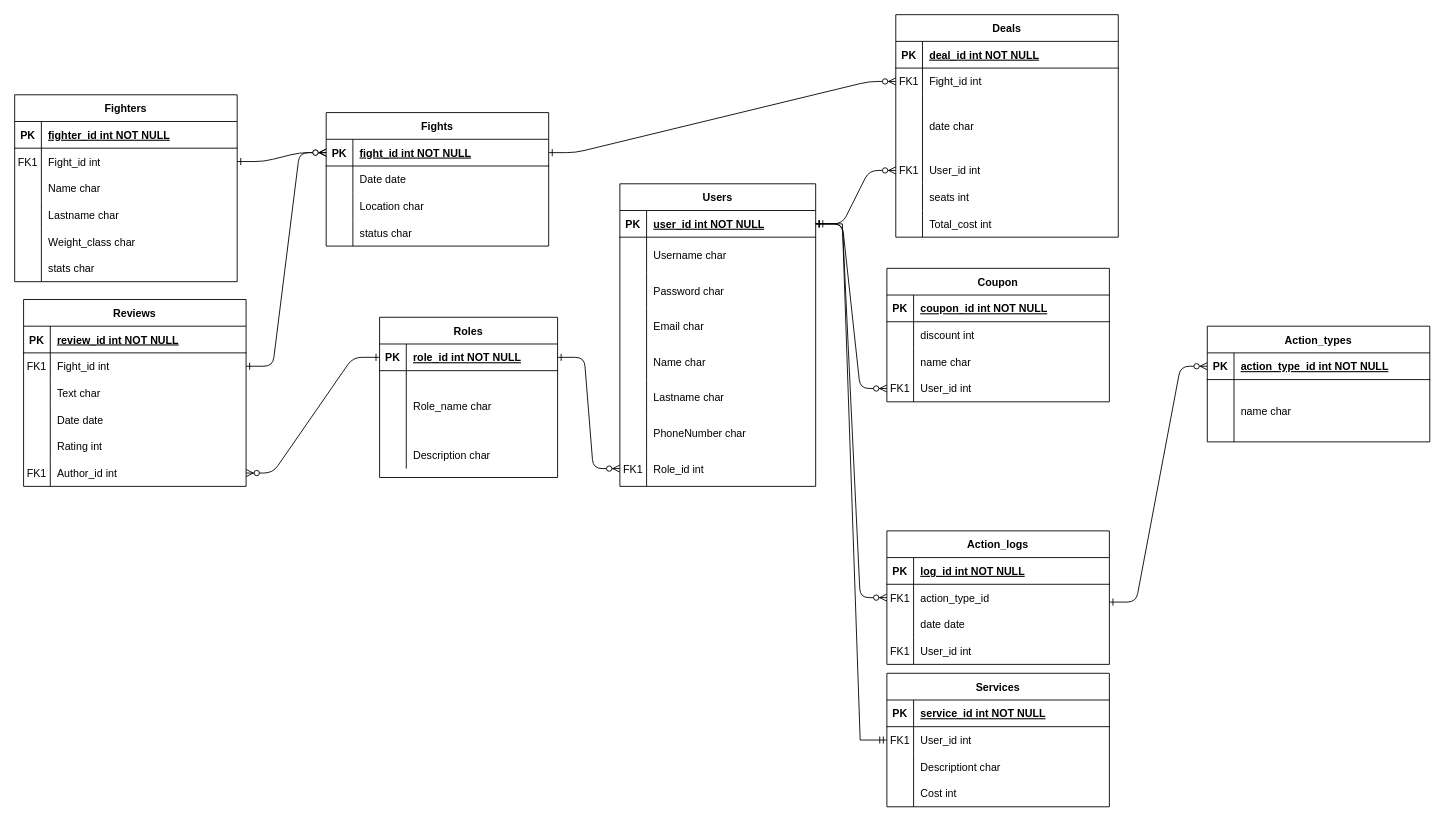
denbelyan/MDISUBD_Fight_club keeps this draw.io diagram as Lab1.drawio. Above is the earlier version. Source tidied: cells renumbered, new cells numbered last; positions are measured from the earlier drawing's top-left corner, leaving out a move shared by most shapes. Both pictures are drawn from the tidied source at 89%, with x=0, y=0 at pixel (14, 14).
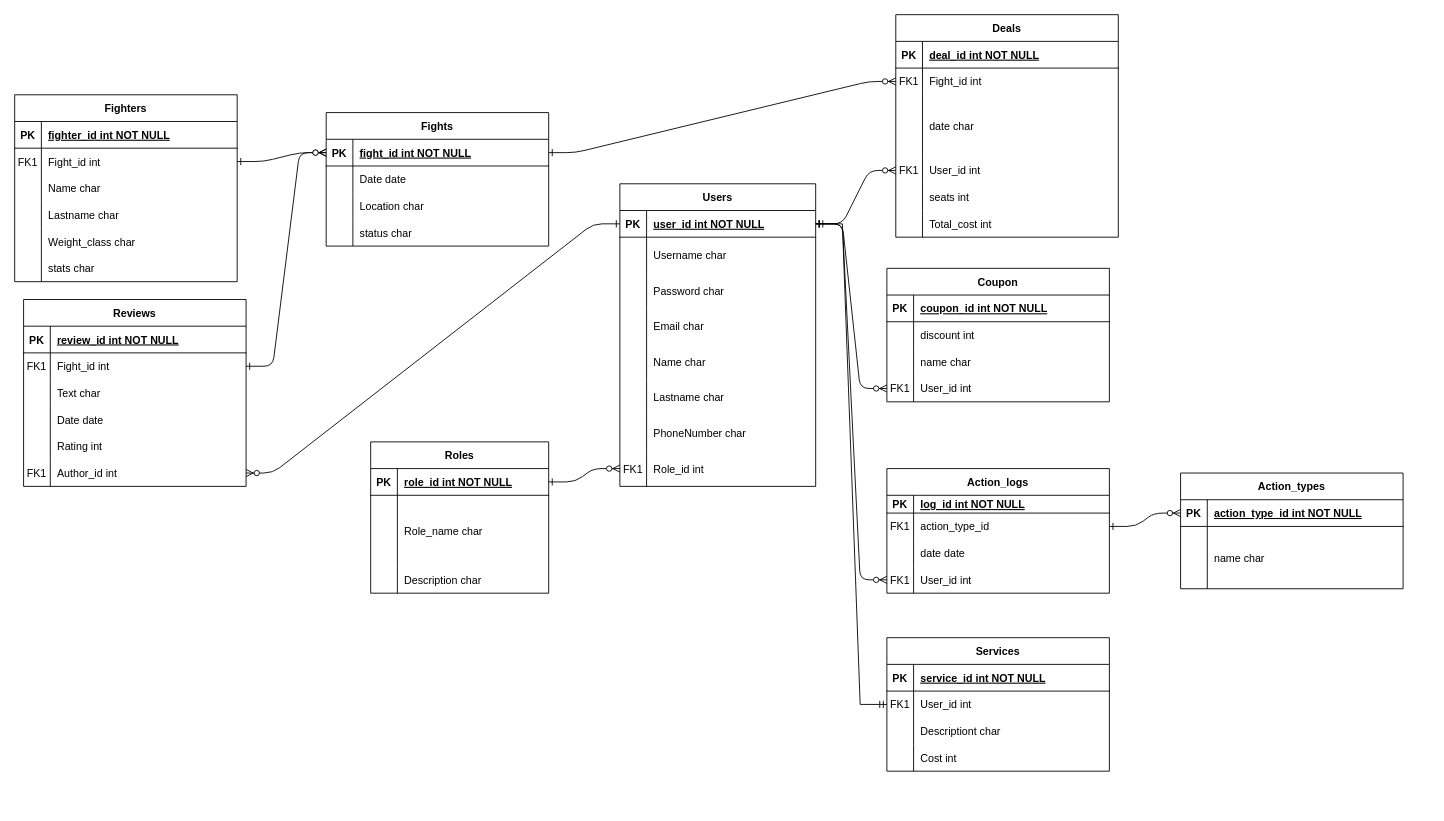
The same diagram, later.

Unchanged cells that the change refers to:
```xml
<mxCell id="24" style="shape=partialRectangle;fillColor=none;points=[[0,0.5],[1,0.5]];portConstraint=eastwest;top=0;left=0;right=0;bottom=1;" parent="23" vertex="1">
  <mxGeometry y="30" width="250" height="30" as="geometry" />
</mxCell>
<mxCell id="31" style="shape=partialRectangle;fillColor=none;points=[[0,0.5],[1,0.5]];portConstraint=eastwest;top=0;left=0;right=0;bottom=1;" parent="30" vertex="1">
  <mxGeometry y="30" width="220" height="30" as="geometry" />
</mxCell>
<mxCell id="56" style="shape=partialRectangle;fillColor=none;points=[[0,0.5],[1,0.5]];portConstraint=eastwest;top=0;left=0;right=0;bottom=1;" parent="55" vertex="1">
  <mxGeometry y="30" width="200" height="30" as="geometry" />
</mxCell>
<mxCell id="115" style="shape=partialRectangle;fillColor=none;points=[[0,0.5],[1,0.5]];portConstraint=eastwest;top=0;left=0;right=0;bottom=0;" parent="99" vertex="1">
  <mxGeometry y="180" width="250" height="30" as="geometry" />
</mxCell>
```

The edit, as a diff of the source:
```diff
@@
-    <mxCell id="3" style="edgeStyle=entityRelationEdgeStyle;endArrow=ERzeroToMany;startArrow=ERone;endFill=1;startFill=0;exitX=1;exitY=0.5;exitDx=0;exitDy=0;entryX=0;entryY=0.5;entryDx=0;entryDy=0;" parent="1" edge="1" target="24">
+    <mxCell id="3" style="edgeStyle=entityRelationEdgeStyle;endArrow=ERzeroToMany;startArrow=ERone;endFill=1;startFill=0;exitX=1;exitY=0.5;exitDx=0;exitDy=0;entryX=0;entryY=0.5;entryDx=0;entryDy=0;" parent="1" edge="1" source="138" target="24">
       <mxGeometry relative="1" as="geometry">
-        <mxPoint x="1230" y="660" as="sourcePoint" />
         <Array as="points">
           <mxPoint x="1440" y="405" />
           <mxPoint x="1440" y="505" />
         </Array>
       </mxGeometry>
     </mxCell>
@@
     <mxCell id="23" value="Action_types" style="shape=table;startSize=30;childLayout=tableLayout;rowLines=0;fontStyle=1;align=center;" parent="1" vertex="1">
-      <mxGeometry x="1340" y="350" width="250" height="130" as="geometry" />
+      <mxGeometry x="1310" y="515" width="250" height="130" as="geometry" />
     </mxCell>
@@
     <mxCell id="55" value="Roles" style="shape=table;startSize=30;childLayout=tableLayout;rowLines=0;fontStyle=1;align=center;" parent="1" vertex="1">
-      <mxGeometry x="410" y="340" width="200" height="180" as="geometry" />
+      <mxGeometry x="400" y="480" width="200" height="170" as="geometry" />
     </mxCell>
@@
-    <mxCell id="119" style="edgeStyle=entityRelationEdgeStyle;endArrow=ERzeroToMany;startArrow=ERone;endFill=1;startFill=0;exitX=0;exitY=0.5;exitDx=0;exitDy=0;entryX=1;entryY=0.5;entryDx=0;entryDy=0;" parent="1" edge="1" source="56" target="115">
+    <mxCell id="119" style="edgeStyle=entityRelationEdgeStyle;endArrow=ERzeroToMany;startArrow=ERone;endFill=1;startFill=0;exitX=0;exitY=0.5;exitDx=0;exitDy=0;entryX=1;entryY=0.5;entryDx=0;entryDy=0;" parent="1" edge="1" source="31" target="115">
       <mxGeometry relative="1" as="geometry" />
     </mxCell>
@@
     <mxCell id="134" value="Action_logs" style="shape=table;startSize=30;childLayout=tableLayout;rowLines=0;fontStyle=1;align=center;" parent="1" vertex="1">
-      <mxGeometry x="980" y="580" width="250" height="150" as="geometry" />
+      <mxGeometry x="980" y="510" width="250" height="140" as="geometry" />
     </mxCell>
     <mxCell id="135" style="shape=partialRectangle;fillColor=none;top=0;left=0;right=0;bottom=1;" parent="134" vertex="1">
-      <mxGeometry y="30" width="250" height="30" as="geometry" />
+      <mxGeometry y="30" width="250" height="20" as="geometry" />
     </mxCell>
     <mxCell id="136" value="PK" style="shape=partialRectangle;overflow=hidden;fillColor=none;top=0;left=0;bottom=0;right=0;fontStyle=1;" parent="135" vertex="1">
-      <mxGeometry width="30" height="30" as="geometry" />
+      <mxGeometry width="30" height="20" as="geometry" />
     </mxCell>
     <mxCell id="137" value="log_id int NOT NULL " style="shape=partialRectangle;overflow=hidden;fillColor=none;top=0;left=0;bottom=0;right=0;align=left;spacingLeft=6;fontStyle=5;" parent="135" vertex="1">
-      <mxGeometry x="30" width="220" height="30" as="geometry" />
+      <mxGeometry x="30" width="220" height="20" as="geometry" />
     </mxCell>
     <mxCell id="138" style="shape=partialRectangle;fillColor=none;points=[[0,0.5],[1,0.5]];portConstraint=eastwest;top=0;left=0;right=0;bottom=0;" parent="134" vertex="1">
-      <mxGeometry y="60" width="250" height="30" as="geometry" />
+      <mxGeometry y="50" width="250" height="30" as="geometry" />
     </mxCell>
@@
     <mxCell id="141" style="shape=partialRectangle;fillColor=none;top=0;left=0;right=0;bottom=0;" parent="134" vertex="1">
-      <mxGeometry y="90" width="250" height="30" as="geometry" />
+      <mxGeometry y="80" width="250" height="30" as="geometry" />
     </mxCell>
@@
     <mxCell id="144" style="shape=partialRectangle;fillColor=none;points=[[0,0.5],[1,0.5]];portConstraint=eastwest;top=0;left=0;right=0;bottom=0;" parent="134" vertex="1">
-      <mxGeometry y="120" width="250" height="30" as="geometry" />
+      <mxGeometry y="110" width="250" height="30" as="geometry" />
     </mxCell>
@@
-    <mxCell id="148" style="edgeStyle=entityRelationEdgeStyle;endArrow=ERzeroToMany;startArrow=ERone;endFill=1;startFill=0;entryX=0;entryY=0.5;entryDx=0;entryDy=0;exitX=1;exitY=0.5;exitDx=0;exitDy=0;" parent="1" edge="1" source="31" target="138">
-      <mxGeometry relative="1" as="geometry" />
+    <mxCell id="148" style="edgeStyle=entityRelationEdgeStyle;endArrow=ERzeroToMany;startArrow=ERone;endFill=1;startFill=0;entryX=0;entryY=0.5;entryDx=0;entryDy=0;exitX=1;exitY=0.5;exitDx=0;exitDy=0;" parent="1" edge="1" source="31" target="144">
+      <mxGeometry relative="1" as="geometry">
+        <Array as="points">
+          <mxPoint x="980" y="640" />
+        </Array>
+      </mxGeometry>
     </mxCell>
     <mxCell id="149" value="Services" style="shape=table;startSize=30;childLayout=tableLayout;rowLines=0;fontStyle=1;align=center;" parent="1" vertex="1">
-      <mxGeometry x="980" y="740" width="250" height="150" as="geometry" />
+      <mxGeometry x="980" y="700" width="250" height="150" as="geometry" />
     </mxCell>
```
